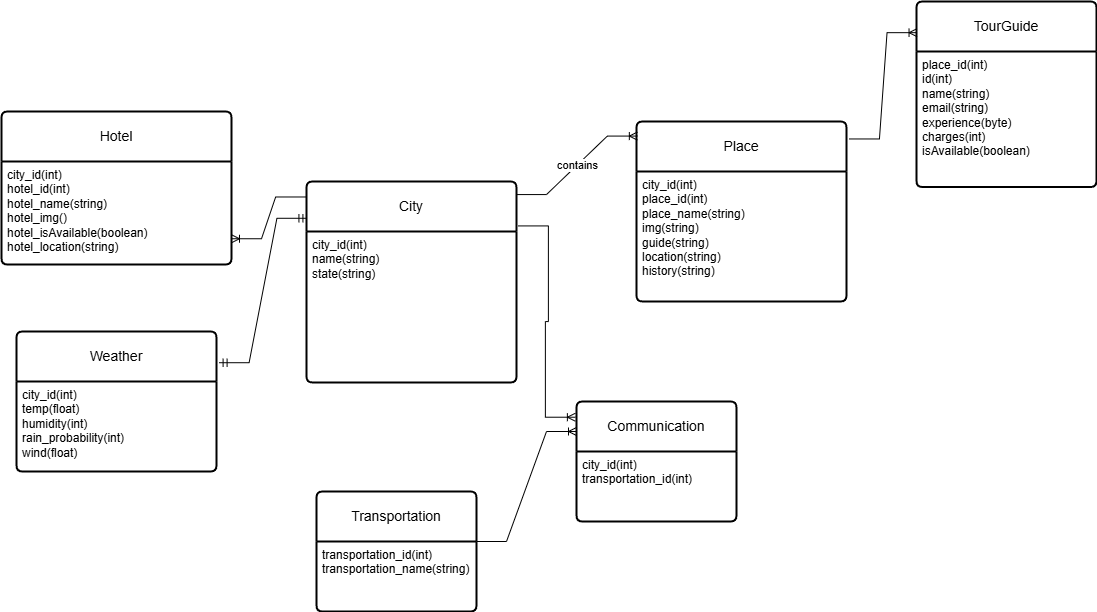
Before: Traveaze.drawio.png, a diagram exported from draw.io (deepak756023/BACK_END). Source tidied: cells renumbered, new cells last; positions are measured from the earlier drawing's top-left corner, leaving out a move shared by most shapes. Its diagram source:
```xml
<mxGraphModel>
  <root>
    <mxCell id="0" />
    <mxCell id="1" parent="0" />
    <mxCell id="2" value="City" style="swimlane;horizontal=1;startSize=50;rounded=1;fontSize=14;fontStyle=0;strokeWidth=2;shadow=0;dashed=0;align=center;arcSize=4;whiteSpace=wrap;html=1;" parent="1" vertex="1">
      <mxGeometry x="305" y="180" width="210" height="201" as="geometry" />
    </mxCell>
    <mxCell id="3" value="city_id(int)&lt;div&gt;name(string)&lt;div&gt;state(string)&lt;/div&gt;&lt;div&gt;&lt;br&gt;&lt;/div&gt;&lt;div&gt;&lt;br&gt;&lt;/div&gt;&lt;/div&gt;" style="align=left;strokeColor=none;fillColor=none;spacingLeft=4;fontSize=12;verticalAlign=top;html=1;" parent="2" vertex="1">
      <mxGeometry y="50" width="210" height="151" as="geometry" />
    </mxCell>
    <mxCell id="4" value="Place" style="swimlane;horizontal=1;startSize=50;rounded=1;fontSize=14;fontStyle=0;strokeWidth=2;shadow=0;dashed=0;align=center;arcSize=4;whiteSpace=wrap;html=1;" parent="1" vertex="1">
      <mxGeometry x="635" y="120" width="210" height="180" as="geometry" />
    </mxCell>
    <mxCell id="5" value="city_id(int)&lt;div&gt;place_id(int)&lt;/div&gt;&lt;div&gt;place_name(string)&lt;div&gt;img(string)&lt;/div&gt;&lt;div&gt;guide(string)&lt;/div&gt;&lt;div&gt;location(string)&lt;/div&gt;&lt;div&gt;history(string)&lt;/div&gt;&lt;/div&gt;" style="align=left;strokeColor=none;fillColor=none;spacingLeft=4;fontSize=12;verticalAlign=top;html=1;" parent="4" vertex="1">
      <mxGeometry y="50" width="210" height="130" as="geometry" />
    </mxCell>
    <mxCell id="6" style="edgeStyle=entityRelationEdgeStyle;fontSize=12;html=1;endArrow=ERoneToMany;rounded=0;exitX=1;exitY=0.065;exitDx=0;exitDy=0;exitPerimeter=0;entryX=0.004;entryY=0.081;entryDx=0;entryDy=0;entryPerimeter=0;" parent="1" edge="1" source="2" target="4">
      <mxGeometry relative="1" as="geometry" />
    </mxCell>
    <mxCell id="7" value="contains" style="edgeLabel;html=1;align=center;verticalAlign=middle;" parent="6" vertex="1">
      <mxGeometry x="0.01" relative="1" as="geometry" />
    </mxCell>
    <mxCell id="8" style="edgeStyle=entityRelationEdgeStyle;fontSize=12;html=1;endArrow=ERoneToMany;rounded=0;entryX=0;entryY=0.25;entryDx=0;entryDy=0;exitX=1;exitY=0;exitDx=0;exitDy=0;" parent="1" edge="1" source="10" target="18">
      <mxGeometry relative="1" as="geometry">
        <Array as="points">
          <mxPoint x="505" y="650" />
        </Array>
      </mxGeometry>
    </mxCell>
    <mxCell id="9" value="Transportation" style="swimlane;horizontal=1;startSize=50;rounded=1;fontSize=14;fontStyle=0;strokeWidth=2;shadow=0;dashed=0;align=center;arcSize=4;whiteSpace=wrap;html=1;" parent="1" vertex="1">
      <mxGeometry x="315" y="490" width="160" height="120" as="geometry" />
    </mxCell>
    <mxCell id="10" value="transportation_id(int)&lt;div&gt;transportation_name(string)&lt;/div&gt;" style="align=left;strokeColor=none;fillColor=none;spacingLeft=4;fontSize=12;verticalAlign=top;html=1;" parent="9" vertex="1">
      <mxGeometry y="50" width="160" height="70" as="geometry" />
    </mxCell>
    <mxCell id="11" value="Hotel" style="swimlane;horizontal=1;startSize=50;rounded=1;fontSize=14;fontStyle=0;strokeWidth=2;shadow=0;dashed=0;align=center;arcSize=4;whiteSpace=wrap;html=1;" parent="1" vertex="1">
      <mxGeometry y="110" width="230" height="153" as="geometry" />
    </mxCell>
    <mxCell id="12" value="city_id(int)&lt;div&gt;hotel_id(int)&lt;div&gt;&lt;div&gt;hotel_name(string)&lt;/div&gt;&lt;div&gt;hotel_img()&lt;/div&gt;&lt;div&gt;hotel_isAvailable(boolean)&lt;/div&gt;&lt;/div&gt;&lt;/div&gt;&lt;div&gt;hotel_location(string)&lt;/div&gt;" style="align=left;strokeColor=none;fillColor=none;spacingLeft=4;fontSize=12;verticalAlign=top;html=1;" parent="11" vertex="1">
      <mxGeometry y="50" width="230" height="103" as="geometry" />
    </mxCell>
    <mxCell id="13" style="edgeStyle=entityRelationEdgeStyle;fontSize=12;html=1;endArrow=ERoneToMany;rounded=0;exitX=-0.004;exitY=0.077;exitDx=0;exitDy=0;entryX=1;entryY=0.75;entryDx=0;entryDy=0;exitPerimeter=0;" parent="1" edge="1" source="2" target="12">
      <mxGeometry relative="1" as="geometry" />
    </mxCell>
    <mxCell id="14" value="Weather" style="swimlane;horizontal=1;startSize=50;rounded=1;fontSize=14;fontStyle=0;strokeWidth=2;shadow=0;dashed=0;align=center;arcSize=4;whiteSpace=wrap;html=1;" parent="1" vertex="1">
      <mxGeometry x="15" y="330" width="200" height="140" as="geometry" />
    </mxCell>
    <mxCell id="15" value="city_id(int)&lt;div&gt;temp(float)&lt;/div&gt;&lt;div&gt;humidity(int)&lt;/div&gt;&lt;div&gt;rain_probability(int)&lt;/div&gt;&lt;div&gt;wind(float)&lt;/div&gt;" style="align=left;strokeColor=none;fillColor=none;spacingLeft=4;fontSize=12;verticalAlign=top;html=1;" parent="14" vertex="1">
      <mxGeometry y="50" width="200" height="90" as="geometry" />
    </mxCell>
    <mxCell id="16" style="edgeStyle=entityRelationEdgeStyle;fontSize=12;html=1;endArrow=ERmandOne;startArrow=ERmandOne;rounded=0;entryX=0.002;entryY=0.183;entryDx=0;entryDy=0;entryPerimeter=0;exitX=1.013;exitY=0.223;exitDx=0;exitDy=0;exitPerimeter=0;" parent="1" edge="1" source="14" target="2">
      <mxGeometry relative="1" as="geometry" />
    </mxCell>
    <mxCell id="17" style="edgeStyle=entityRelationEdgeStyle;fontSize=12;html=1;endArrow=ERoneToMany;rounded=0;exitX=1.009;exitY=0.221;exitDx=0;exitDy=0;exitPerimeter=0;entryX=-0.007;entryY=0.131;entryDx=0;entryDy=0;entryPerimeter=0;" parent="1" edge="1" source="2" target="18">
      <mxGeometry relative="1" as="geometry">
        <Array as="points">
          <mxPoint x="555" y="430" />
          <mxPoint x="575" y="441" />
        </Array>
      </mxGeometry>
    </mxCell>
    <mxCell id="18" value="Communication" style="swimlane;horizontal=1;startSize=50;rounded=1;fontSize=14;fontStyle=0;strokeWidth=2;shadow=0;dashed=0;align=center;arcSize=4;whiteSpace=wrap;html=1;" parent="1" vertex="1">
      <mxGeometry x="575" y="400" width="160" height="120" as="geometry" />
    </mxCell>
    <mxCell id="19" value="city_id(int)&lt;div&gt;transportation_id(int)&lt;/div&gt;" style="align=left;strokeColor=none;fillColor=none;spacingLeft=4;fontSize=12;verticalAlign=top;html=1;" parent="18" vertex="1">
      <mxGeometry y="50" width="160" height="70" as="geometry" />
    </mxCell>
    <mxCell id="20" value="TourGuide" style="swimlane;horizontal=1;startSize=50;rounded=1;fontSize=14;fontStyle=0;strokeWidth=2;shadow=0;dashed=0;align=center;arcSize=4;whiteSpace=wrap;html=1;" parent="1" vertex="1">
      <mxGeometry x="915" width="180" height="185.5" as="geometry" />
    </mxCell>
    <mxCell id="21" value="place_id(int)&lt;div&gt;id(int)&lt;/div&gt;&lt;div&gt;name(string)&lt;/div&gt;&lt;div&gt;email(string)&lt;/div&gt;&lt;div&gt;experience(byte)&lt;/div&gt;&lt;div&gt;charges(int)&lt;/div&gt;&lt;div&gt;isAvailable(boolean)&lt;/div&gt;" style="align=left;strokeColor=none;fillColor=none;spacingLeft=4;fontSize=12;verticalAlign=top;html=1;" parent="20" vertex="1">
      <mxGeometry y="50" width="180" height="135.5" as="geometry" />
    </mxCell>
    <mxCell id="22" style="edgeStyle=entityRelationEdgeStyle;fontSize=12;html=1;endArrow=ERoneToMany;rounded=0;exitX=1.014;exitY=0.097;exitDx=0;exitDy=0;exitPerimeter=0;entryX=0.003;entryY=0.168;entryDx=0;entryDy=0;entryPerimeter=0;" parent="1" edge="1" source="4" target="20">
      <mxGeometry relative="1" as="geometry" />
    </mxCell>
  </root>
</mxGraphModel>
```
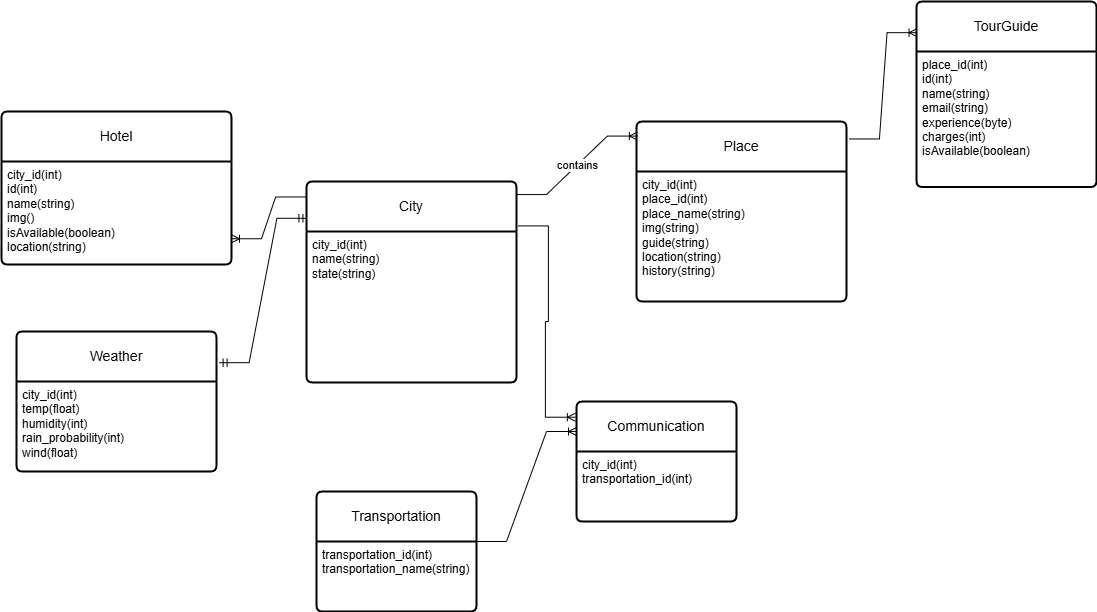
The same diagram one commit later.

Diff of the diagram source:
```diff
@@ -36,7 +36,7 @@
     <mxCell id="11" value="Hotel" style="swimlane;horizontal=1;startSize=50;rounded=1;fontSize=14;fontStyle=0;strokeWidth=2;shadow=0;dashed=0;align=center;arcSize=4;whiteSpace=wrap;html=1;" parent="1" vertex="1">
       <mxGeometry y="110" width="230" height="153" as="geometry" />
     </mxCell>
-    <mxCell id="12" value="city_id(int)&lt;div&gt;hotel_id(int)&lt;div&gt;&lt;div&gt;hotel_name(string)&lt;/div&gt;&lt;div&gt;hotel_img()&lt;/div&gt;&lt;div&gt;hotel_isAvailable(boolean)&lt;/div&gt;&lt;/div&gt;&lt;/div&gt;&lt;div&gt;hotel_location(string)&lt;/div&gt;" style="align=left;strokeColor=none;fillColor=none;spacingLeft=4;fontSize=12;verticalAlign=top;html=1;" parent="11" vertex="1">
+    <mxCell id="12" value="city_id(int)&lt;div&gt;id(int)&lt;div&gt;&lt;div&gt;name(string)&lt;/div&gt;&lt;div&gt;img()&lt;/div&gt;&lt;div&gt;isAvailable(boolean)&lt;/div&gt;&lt;/div&gt;&lt;/div&gt;&lt;div&gt;location(string)&lt;/div&gt;" style="align=left;strokeColor=none;fillColor=none;spacingLeft=4;fontSize=12;verticalAlign=top;html=1;" parent="11" vertex="1">
       <mxGeometry y="50" width="230" height="103" as="geometry" />
     </mxCell>
     <mxCell id="13" style="edgeStyle=entityRelationEdgeStyle;fontSize=12;html=1;endArrow=ERoneToMany;rounded=0;exitX=-0.004;exitY=0.077;exitDx=0;exitDy=0;entryX=1;entryY=0.75;entryDx=0;entryDy=0;exitPerimeter=0;" parent="1" edge="1" source="2" target="12">
```
